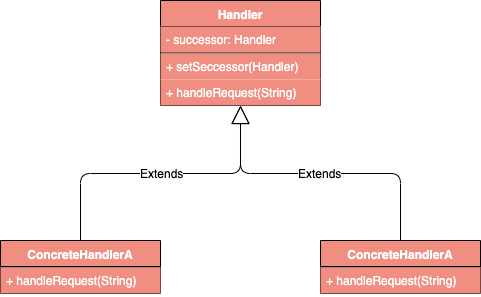
Earlier version of the draw.io export docs/drawio/ChainOfResponsibility.png (CodePoem/VDesignPatterns). Source tidied: cells renumbered, new cells last; positions are measured from the earlier drawing's top-left corner, leaving out a move shared by most shapes. Its diagram source:
```xml
<mxGraphModel>
  <root>
    <mxCell id="0" />
    <mxCell id="1" parent="0" />
    <mxCell id="2" value="Handler" style="swimlane;fontStyle=1;align=center;verticalAlign=top;horizontal=1;startSize=26;fillColor=#F08E81;fontColor=#FFFFFF;" parent="1" vertex="1">
      <mxGeometry x="160" width="160" height="105" as="geometry" />
    </mxCell>
    <mxCell id="3" value="- successor: Handler" style="text;strokeColor=none;fillColor=#F08E81;align=left;verticalAlign=top;spacingLeft=4;spacingRight=4;overflow=hidden;points=[[0,0.5],[1,0.5]];portConstraint=eastwest;fontColor=#FFFFFF;" parent="2" vertex="1">
      <mxGeometry y="26" width="160" height="26" as="geometry" />
    </mxCell>
    <mxCell id="4" style="line;strokeWidth=1;fillColor=#F08E81;align=left;verticalAlign=middle;spacingTop=-1;spacingLeft=3;spacingRight=3;labelPosition=right;fontColor=#FFFFFF;" parent="2" vertex="1">
      <mxGeometry y="52" width="160" height="1" as="geometry" />
    </mxCell>
    <mxCell id="5" value="+ setSeccessor(Handler)" style="text;strokeColor=none;fillColor=#F08E81;align=left;verticalAlign=top;spacingLeft=4;spacingRight=4;overflow=hidden;fontColor=#FFFFFF;" parent="2" vertex="1">
      <mxGeometry y="53" width="160" height="26" as="geometry" />
    </mxCell>
    <mxCell id="6" value="+ handleRequest(String)" style="text;strokeColor=none;fillColor=#F08E81;align=left;verticalAlign=top;spacingLeft=4;spacingRight=4;overflow=hidden;fontColor=#FFFFFF;" parent="2" vertex="1">
      <mxGeometry y="79" width="160" height="26" as="geometry" />
    </mxCell>
    <mxCell id="7" value="ConcreteHandlerA" style="swimlane;fontStyle=1;align=center;verticalAlign=top;horizontal=1;startSize=26;fillColor=#F08E81;fontColor=#FFFFFF;" parent="1" vertex="1">
      <mxGeometry y="240" width="160" height="53" as="geometry" />
    </mxCell>
    <mxCell id="8" style="line;strokeWidth=1;fillColor=#F08E81;align=left;verticalAlign=middle;spacingTop=-1;spacingLeft=3;spacingRight=3;labelPosition=right;fontColor=#FFFFFF;" parent="7" vertex="1">
      <mxGeometry y="26" width="160" height="1" as="geometry" />
    </mxCell>
    <mxCell id="9" value="+ handleRequest(String)" style="text;strokeColor=none;fillColor=#F08E81;align=left;verticalAlign=top;spacingLeft=4;spacingRight=4;overflow=hidden;fontColor=#FFFFFF;" parent="7" vertex="1">
      <mxGeometry y="27" width="160" height="26" as="geometry" />
    </mxCell>
    <mxCell id="10" value="ConcreteHandlerA" style="swimlane;fontStyle=1;align=center;verticalAlign=top;horizontal=1;startSize=26;fillColor=#F08E81;fontColor=#FFFFFF;" parent="1" vertex="1">
      <mxGeometry x="320" y="240" width="160" height="53" as="geometry" />
    </mxCell>
    <mxCell id="11" style="line;strokeWidth=1;fillColor=#F08E81;align=left;verticalAlign=middle;spacingTop=-1;spacingLeft=3;spacingRight=3;labelPosition=right;fontColor=#FFFFFF;" parent="10" vertex="1">
      <mxGeometry y="26" width="160" height="1" as="geometry" />
    </mxCell>
    <mxCell id="12" value="+ handleRequest(String)" style="text;strokeColor=none;fillColor=#F08E81;align=left;verticalAlign=top;spacingLeft=4;spacingRight=4;overflow=hidden;fontColor=#FFFFFF;" parent="10" vertex="1">
      <mxGeometry y="27" width="160" height="26" as="geometry" />
    </mxCell>
    <mxCell id="13" value="Extends" style="endArrow=block;endSize=16;endFill=0;html=1;fontColor=#000000;entryX=0.5;entryY=1;entryDx=0;entryDy=0;exitX=0.5;exitY=0;exitDx=0;exitDy=0;edgeStyle=orthogonalEdgeStyle;" parent="1" edge="1" source="7" target="2">
      <mxGeometry relative="1" as="geometry" />
    </mxCell>
    <mxCell id="14" value="Extends" style="endArrow=block;endSize=16;endFill=0;html=1;fontColor=#000000;entryX=0.5;entryY=1;entryDx=0;entryDy=0;exitX=0.5;exitY=0;exitDx=0;exitDy=0;edgeStyle=orthogonalEdgeStyle;" parent="1" edge="1" source="10" target="2">
      <mxGeometry relative="1" as="geometry" />
    </mxCell>
  </root>
</mxGraphModel>
```
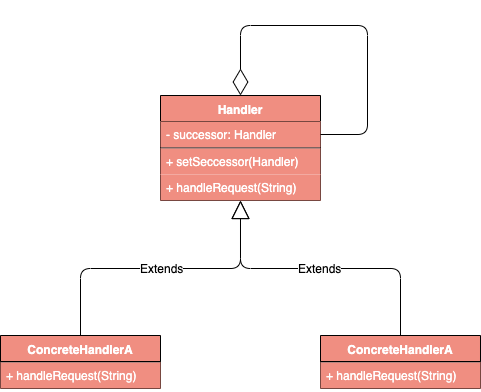
The same diagram one commit later.

Change to the diagram source:
```diff
@@ -17,6 +17,15 @@
     <mxCell id="6" value="+ handleRequest(String)" style="text;strokeColor=none;fillColor=#F08E81;align=left;verticalAlign=top;spacingLeft=4;spacingRight=4;overflow=hidden;fontColor=#FFFFFF;" parent="2" vertex="1">
       <mxGeometry y="79" width="160" height="26" as="geometry" />
     </mxCell>
+    <mxCell id="15" style="endArrow=diamondThin;endFill=0;endSize=24;html=1;fontColor=#000000;entryX=0.5;entryY=0;entryDx=0;entryDy=0;exitX=1;exitY=0.5;exitDx=0;exitDy=0;edgeStyle=orthogonalEdgeStyle;" parent="2" edge="1" source="3" target="2">
+      <mxGeometry relative="1" as="geometry">
+        <Array as="points">
+          <mxPoint x="207" y="39" />
+          <mxPoint x="207" y="-70" />
+          <mxPoint x="80" y="-70" />
+        </Array>
+      </mxGeometry>
+    </mxCell>
     <mxCell id="7" value="ConcreteHandlerA" style="swimlane;fontStyle=1;align=center;verticalAlign=top;horizontal=1;startSize=26;fillColor=#F08E81;fontColor=#FFFFFF;" parent="1" vertex="1">
       <mxGeometry y="240" width="160" height="53" as="geometry" />
     </mxCell>
```
